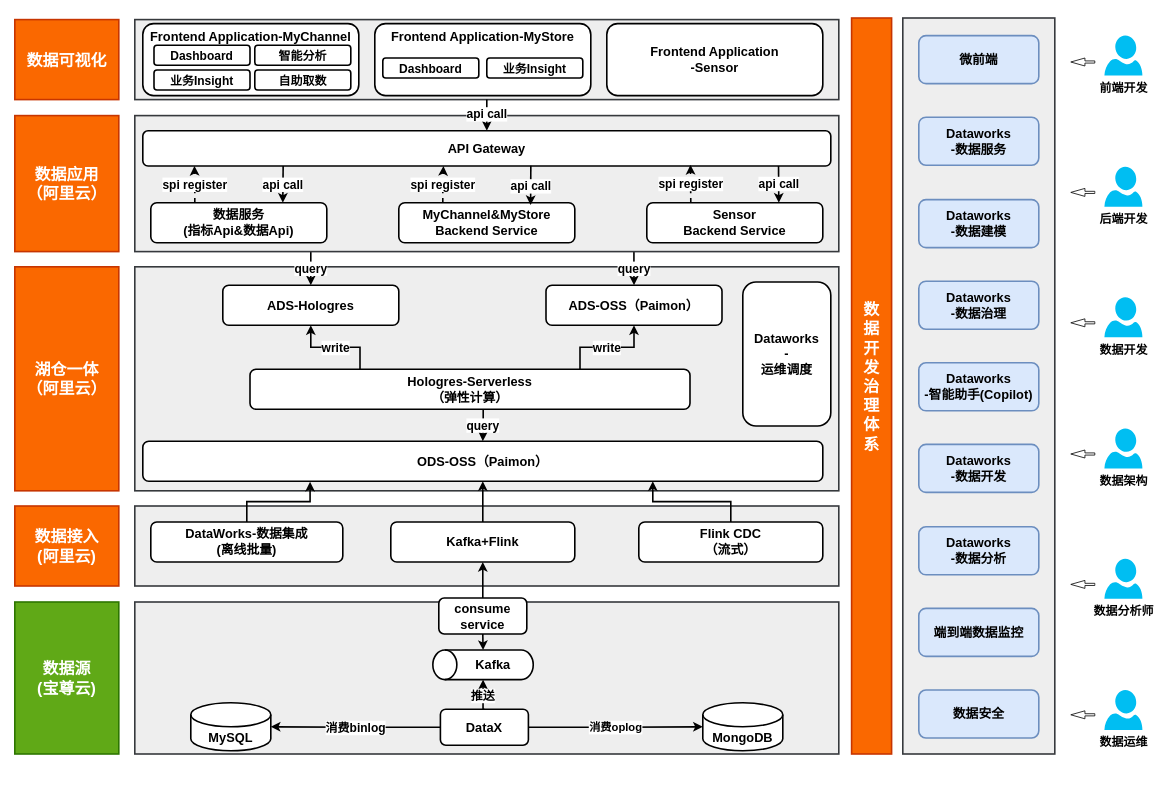
Before: page "第 13 页" (13 of 13) of indicator-platform.drawio in jackie-thank/beego-authz, a draw.io diagram. Source tidied: cells renumbered, new cells numbered last; positions are measured from the earlier drawing's top-left corner, leaving out a move shared by most shapes. Both pictures are drawn from the tidied source at 80%, with x=0, y=0 at pixel (14, 18).
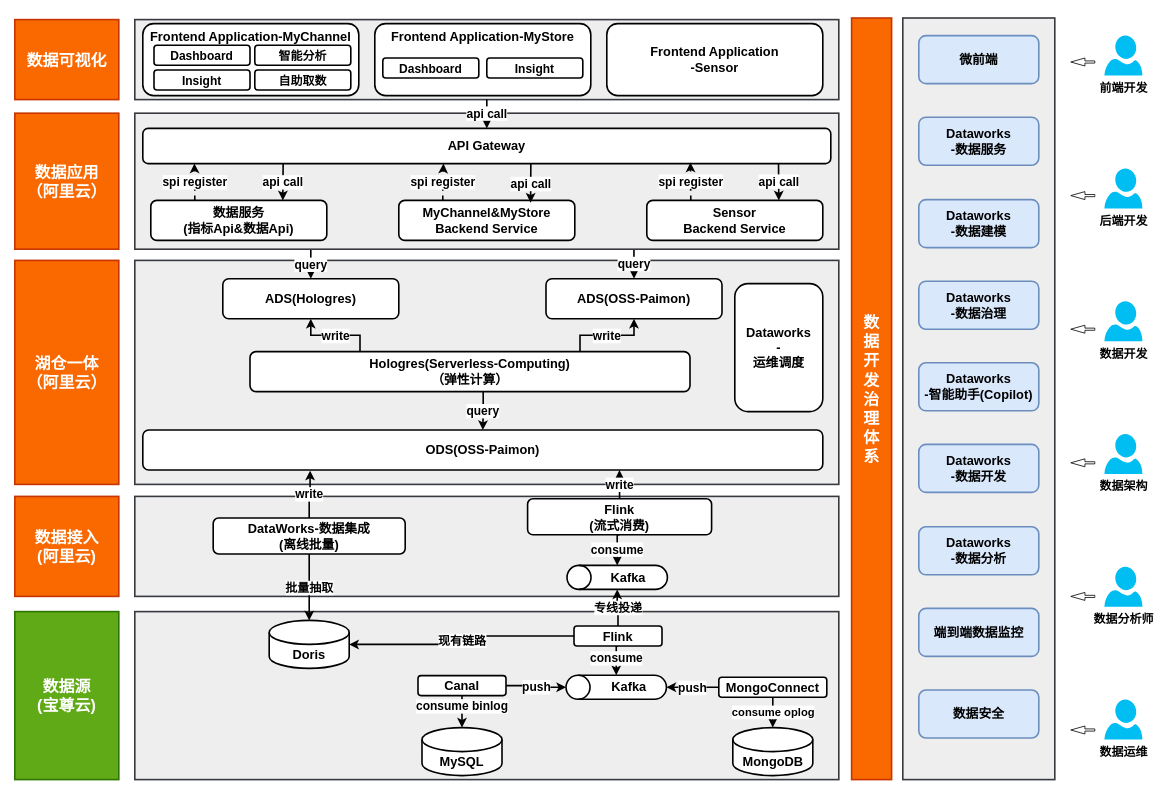
Above is the later version.

What changed in the source:
```diff
@@
     <mxCell id="2" style="rounded=0;whiteSpace=wrap;html=1;strokeWidth=2;fillColor=#eeeeee;strokeColor=#36393d;" parent="1" vertex="1">
-      <mxGeometry x="1110" width="190" height="920" as="geometry" />
+      <mxGeometry x="1110" width="190" height="952" as="geometry" />
     </mxCell>
     <mxCell id="3" style="rounded=0;whiteSpace=wrap;html=1;strokeWidth=2;fillColor=#eeeeee;strokeColor=#36393d;" parent="1" vertex="1">
-      <mxGeometry x="150" y="311" width="880" height="280" as="geometry" />
+      <mxGeometry x="150" y="303" width="880" height="280" as="geometry" />
     </mxCell>
     <mxCell id="4" style="rounded=0;whiteSpace=wrap;html=1;strokeWidth=2;fillColor=#eeeeee;strokeColor=#36393d;" parent="1" vertex="1">
-      <mxGeometry x="150" y="730" width="880" height="190" as="geometry" />
+      <mxGeometry x="150" y="742" width="880" height="210" as="geometry" />
     </mxCell>
@@
-    <mxCell id="6" value="&lt;div&gt;ODS-OSS（Paimon）&lt;/div&gt;" style="rounded=1;whiteSpace=wrap;html=1;strokeWidth=2;fontSize=16;fontStyle=1;" parent="1" vertex="1">
-      <mxGeometry x="160" y="529" width="850" height="50" as="geometry" />
+    <mxCell id="6" value="&lt;div&gt;ODS(OSS-Paimon)&lt;/div&gt;" style="rounded=1;whiteSpace=wrap;html=1;strokeWidth=2;fontSize=16;fontStyle=1;" parent="1" vertex="1">
+      <mxGeometry x="160" y="515" width="850" height="50" as="geometry" />
     </mxCell>
     <mxCell id="7" value="&lt;div&gt;Dataworks&lt;/div&gt;&lt;div&gt;-&lt;/div&gt;&lt;div&gt;运维调度&lt;/div&gt;" style="rounded=1;whiteSpace=wrap;html=1;strokeWidth=2;fontSize=16;fontStyle=1;" parent="1" vertex="1">
-      <mxGeometry x="910" y="330" width="110" height="180" as="geometry" />
+      <mxGeometry x="900" y="332" width="110" height="160" as="geometry" />
     </mxCell>
     <mxCell id="8" value="&lt;div style=&quot;font-size: 20px;&quot;&gt;数据源&lt;/div&gt;&lt;div style=&quot;font-size: 20px;&quot;&gt;(宝尊云)&lt;br style=&quot;font-size: 20px;&quot;&gt;&lt;/div&gt;" style="rounded=0;whiteSpace=wrap;html=1;strokeWidth=2;fontStyle=1;fontSize=20;fillColor=#60a917;fontColor=#ffffff;strokeColor=#2D7600;" parent="1" vertex="1">
-      <mxGeometry y="730" width="130" height="190" as="geometry" />
+      <mxGeometry y="742" width="130" height="210" as="geometry" />
     </mxCell>
     <mxCell id="9" value="&lt;div style=&quot;font-size: 20px;&quot;&gt;数据接入&lt;/div&gt;&lt;div style=&quot;font-size: 20px;&quot;&gt;(阿里云)&lt;br&gt;&lt;/div&gt;" style="rounded=0;whiteSpace=wrap;html=1;strokeWidth=2;fontStyle=1;fontSize=20;fillColor=#fa6800;fontColor=#FFFFFF;strokeColor=#C73500;" parent="1" vertex="1">
-      <mxGeometry y="610" width="130" height="100" as="geometry" />
+      <mxGeometry y="598" width="130" height="125" as="geometry" />
     </mxCell>
     <mxCell id="10" value="&lt;div style=&quot;font-size: 20px;&quot;&gt;湖仓一体&lt;br&gt;&lt;/div&gt;&lt;div style=&quot;font-size: 20px;&quot;&gt;（阿里云）&lt;br&gt;&lt;/div&gt;" style="rounded=0;whiteSpace=wrap;html=1;strokeWidth=2;fontStyle=1;fontSize=20;fillColor=#fa6800;fontColor=#FFFFFF;strokeColor=#C73500;" parent="1" vertex="1">
-      <mxGeometry y="311" width="130" height="280" as="geometry" />
+      <mxGeometry y="303" width="130" height="280" as="geometry" />
     </mxCell>
     <mxCell id="11" value="&lt;div style=&quot;font-size: 20px;&quot;&gt;数据应用&lt;/div&gt;&lt;div style=&quot;font-size: 20px;&quot;&gt;（阿里云）&lt;br&gt;&lt;/div&gt;" style="rounded=0;whiteSpace=wrap;html=1;strokeWidth=2;fontStyle=1;fontSize=20;fillColor=#fa6800;fontColor=#FFFFFF;strokeColor=#C73500;" parent="1" vertex="1">
-      <mxGeometry y="122" width="130" height="170" as="geometry" />
+      <mxGeometry y="119" width="130" height="170" as="geometry" />
     </mxCell>
@@
     <mxCell id="15" style="rounded=0;whiteSpace=wrap;html=1;strokeWidth=2;fillColor=#eeeeee;strokeColor=#36393d;fontSize=15;fontStyle=1;" parent="1" vertex="1">
-      <mxGeometry x="150" y="122" width="880" height="170" as="geometry" />
+      <mxGeometry x="150" y="119" width="880" height="170" as="geometry" />
     </mxCell>
     <mxCell id="16" style="rounded=0;whiteSpace=wrap;html=1;strokeWidth=2;fillColor=#eeeeee;strokeColor=#36393d;" parent="1" vertex="1">
-      <mxGeometry x="150" y="610" width="880" height="100" as="geometry" />
+      <mxGeometry x="150" y="598" width="880" height="125" as="geometry" />
     </mxCell>
     <mxCell id="17" value="&lt;div&gt;数据服务&lt;/div&gt;&lt;div&gt;(指标Api&amp;amp;数据Api)&lt;br&gt;&lt;/div&gt;" style="rounded=1;whiteSpace=wrap;html=1;strokeWidth=2;fontSize=16;fontStyle=1;flipH=0;" parent="1" vertex="1">
-      <mxGeometry x="170" y="231" width="220" height="50" as="geometry" />
+      <mxGeometry x="170" y="228" width="220" height="50" as="geometry" />
     </mxCell>
@@
     <mxCell id="21" value="&lt;div&gt;MyChannel&amp;amp;MyStore&lt;/div&gt;&lt;div&gt;Backend Service&lt;br&gt;&lt;/div&gt;" style="rounded=1;whiteSpace=wrap;html=1;strokeWidth=2;fontSize=16;fontStyle=1;flipH=0;" parent="1" vertex="1">
-      <mxGeometry x="480" y="231" width="220" height="50" as="geometry" />
+      <mxGeometry x="480" y="228" width="220" height="50" as="geometry" />
     </mxCell>
     <mxCell id="22" value="&lt;div&gt;Sensor&lt;/div&gt;&lt;div&gt;Backend Service&lt;br&gt;&lt;/div&gt;" style="rounded=1;whiteSpace=wrap;html=1;strokeWidth=2;fontSize=16;fontStyle=1;flipH=0;" parent="1" vertex="1">
-      <mxGeometry x="790" y="231" width="220" height="50" as="geometry" />
+      <mxGeometry x="790" y="228" width="220" height="50" as="geometry" />
     </mxCell>
     <mxCell id="23" value="&lt;div style=&quot;font-size: 20px;&quot;&gt;数&lt;/div&gt;&lt;div style=&quot;font-size: 20px;&quot;&gt;据&lt;/div&gt;&lt;div style=&quot;font-size: 20px;&quot;&gt;开&lt;/div&gt;&lt;div style=&quot;font-size: 20px;&quot;&gt;发&lt;br&gt;&lt;/div&gt;&lt;div style=&quot;font-size: 20px;&quot;&gt;治&lt;/div&gt;&lt;div style=&quot;font-size: 20px;&quot;&gt;理&lt;/div&gt;&lt;div style=&quot;font-size: 20px;&quot;&gt;体&lt;/div&gt;&lt;div style=&quot;font-size: 20px;&quot;&gt;系&lt;/div&gt;&lt;div style=&quot;font-size: 20px;&quot;&gt;&lt;br&gt;&lt;/div&gt;" style="rounded=0;whiteSpace=wrap;html=1;strokeWidth=2;fontSize=20;fontStyle=1;fillColor=#fa6800;fontColor=#FFFFFF;strokeColor=#C73500;" parent="1" vertex="1">
-      <mxGeometry x="1046" width="50" height="920" as="geometry" />
+      <mxGeometry x="1046" width="50" height="952" as="geometry" />
     </mxCell>
-    <mxCell id="24" style="edgeStyle=orthogonalEdgeStyle;rounded=0;jettySize=auto;html=1;exitX=0.5;exitY=0;exitDx=0;exitDy=0;entryX=0.75;entryY=1;entryDx=0;entryDy=0;strokeWidth=2;" parent="1" edge="1" source="25" target="6">
-      <mxGeometry relative="1" as="geometry" />
-    </mxCell>
-    <mxCell id="25" value="&lt;div&gt;Flink CDC&lt;/div&gt;&lt;div&gt;（流式）&lt;br&gt;&lt;/div&gt;" style="rounded=1;whiteSpace=wrap;html=1;strokeWidth=2;fontSize=16;fontStyle=1;" parent="1" vertex="1">
-      <mxGeometry x="780" y="630" width="230" height="50" as="geometry" />
-    </mxCell>
     <mxCell id="26" value="&lt;div&gt;DataWorks-数据集成&lt;/div&gt;&lt;div&gt;(离线批量)&lt;br&gt;&lt;/div&gt;" style="rounded=1;whiteSpace=wrap;html=1;strokeWidth=2;fontSize=16;fontStyle=1;" parent="1" vertex="1">
-      <mxGeometry x="170" y="630" width="240" height="50" as="geometry" />
+      <mxGeometry x="248" y="625" width="240" height="45" as="geometry" />
     </mxCell>
-    <mxCell id="27" value="&lt;div&gt;ADS-Hologres&lt;/div&gt;" style="rounded=1;whiteSpace=wrap;html=1;strokeWidth=2;fontSize=16;fontStyle=1;" parent="1" vertex="1">
-      <mxGeometry x="260" y="334" width="220" height="50" as="geometry" />
+    <mxCell id="27" value="&lt;div&gt;ADS(Hologres)&lt;/div&gt;" style="rounded=1;whiteSpace=wrap;html=1;strokeWidth=2;fontSize=16;fontStyle=1;" parent="1" vertex="1">
+      <mxGeometry x="260" y="326" width="220" height="50" as="geometry" />
     </mxCell>
-    <mxCell id="28" value="&lt;div&gt;ADS-OSS（Paimon）&lt;/div&gt;" style="rounded=1;whiteSpace=wrap;html=1;strokeWidth=2;fontSize=16;fontStyle=1;" parent="1" vertex="1">
-      <mxGeometry x="664" y="334" width="220" height="50" as="geometry" />
+    <mxCell id="28" value="&lt;div&gt;ADS(OSS-Paimon)&lt;/div&gt;" style="rounded=1;whiteSpace=wrap;html=1;strokeWidth=2;fontSize=16;fontStyle=1;" parent="1" vertex="1">
+      <mxGeometry x="664" y="326" width="220" height="50" as="geometry" />
     </mxCell>
@@
-    <mxCell id="32" style="edgeStyle=orthogonalEdgeStyle;rounded=0;jettySize=auto;html=1;exitX=0.5;exitY=0;exitDx=0;exitDy=0;entryX=0.5;entryY=1;entryDx=0;entryDy=0;strokeWidth=2;" parent="1" edge="1" source="33" target="6">
+    <mxCell id="32" value="write" style="edgeStyle=orthogonalEdgeStyle;rounded=0;jettySize=auto;html=1;exitX=0.5;exitY=0;exitDx=0;exitDy=0;entryX=0.701;entryY=1.002;entryDx=0;entryDy=0;strokeWidth=2;entryPerimeter=0;fontSize=15;fontStyle=1;" parent="1" edge="1" source="33" target="6">
       <mxGeometry relative="1" as="geometry" />
     </mxCell>
-    <mxCell id="33" value="&lt;div&gt;Kafka+Flink&lt;/div&gt;" style="rounded=1;whiteSpace=wrap;html=1;strokeWidth=2;fontSize=16;fontStyle=1;" parent="1" vertex="1">
-      <mxGeometry x="470" y="630" width="230" height="50" as="geometry" />
+    <mxCell id="33" value="&lt;div&gt;Flink&lt;/div&gt;&lt;div&gt;(流式消费)&lt;br&gt;&lt;/div&gt;" style="rounded=1;whiteSpace=wrap;html=1;strokeWidth=2;fontSize=16;fontStyle=1;" parent="1" vertex="1">
+      <mxGeometry x="641" y="601" width="230" height="45" as="geometry" />
     </mxCell>
@@
     <mxCell id="40" value="后端开发" style="verticalLabelPosition=bottom;html=1;verticalAlign=top;align=center;strokeColor=none;fillColor=#00BEF2;shape=mxgraph.azure.user;fontSize=15;fontStyle=1;" parent="1" vertex="1">
-      <mxGeometry x="1362" y="186" width="47.5" height="50" as="geometry" />
+      <mxGeometry x="1362" y="188" width="47.5" height="50" as="geometry" />
     </mxCell>
     <mxCell id="41" value="数据分析师" style="verticalLabelPosition=bottom;html=1;verticalAlign=top;align=center;strokeColor=none;fillColor=#00BEF2;shape=mxgraph.azure.user;fontSize=15;fontStyle=1;" parent="1" vertex="1">
-      <mxGeometry x="1362" y="676" width="47.5" height="50" as="geometry" />
+      <mxGeometry x="1362" y="686" width="47.5" height="50" as="geometry" />
     </mxCell>
     <mxCell id="42" value="数据架构" style="verticalLabelPosition=bottom;html=1;verticalAlign=top;align=center;strokeColor=none;fillColor=#00BEF2;shape=mxgraph.azure.user;fontSize=15;fontStyle=1;" parent="1" vertex="1">
-      <mxGeometry x="1362" y="513" width="47.5" height="50" as="geometry" />
+      <mxGeometry x="1362" y="520" width="47.5" height="50" as="geometry" />
     </mxCell>
     <mxCell id="43" value="数据运维" style="verticalLabelPosition=bottom;html=1;verticalAlign=top;align=center;strokeColor=none;fillColor=#00BEF2;shape=mxgraph.azure.user;fontSize=15;fontStyle=1;" parent="1" vertex="1">
-      <mxGeometry x="1362" y="840" width="47.5" height="50" as="geometry" />
+      <mxGeometry x="1362" y="852" width="47.5" height="50" as="geometry" />
     </mxCell>
@@
-    <mxCell id="47" value="&lt;div&gt;Hologres-Serverless&lt;/div&gt;&lt;div&gt;（弹性计算）&lt;/div&gt;" style="rounded=1;whiteSpace=wrap;html=1;strokeWidth=2;fontSize=16;fontStyle=1;" parent="1" vertex="1">
-      <mxGeometry x="294" y="439" width="550" height="50" as="geometry" />
+    <mxCell id="47" value="&lt;div&gt;Hologres(Serverless-Computing)&lt;/div&gt;&lt;div&gt;（弹性计算）&lt;/div&gt;" style="rounded=1;whiteSpace=wrap;html=1;strokeWidth=2;fontSize=16;fontStyle=1;" parent="1" vertex="1">
+      <mxGeometry x="294" y="417" width="550" height="50" as="geometry" />
     </mxCell>
     <mxCell id="48" value="数据开发" style="verticalLabelPosition=bottom;html=1;verticalAlign=top;align=center;strokeColor=none;fillColor=#00BEF2;shape=mxgraph.azure.user;fontSize=15;fontStyle=1;" parent="1" vertex="1">
-      <mxGeometry x="1362" y="349" width="47.5" height="50" as="geometry" />
+      <mxGeometry x="1362" y="354" width="47.5" height="50" as="geometry" />
     </mxCell>
@@
     <mxCell id="50" style="html=1;shadow=0;dashed=0;align=center;verticalAlign=middle;shape=mxgraph.arrows2.arrow;dy=0.73;dx=17.67;flipH=1;notch=0;" parent="1" vertex="1">
-      <mxGeometry x="1320" y="213" width="30" height="10" as="geometry" />
+      <mxGeometry x="1320" y="217" width="30" height="10" as="geometry" />
     </mxCell>
     <mxCell id="51" style="html=1;shadow=0;dashed=0;align=center;verticalAlign=middle;shape=mxgraph.arrows2.arrow;dy=0.73;dx=17.67;flipH=1;notch=0;" parent="1" vertex="1">
-      <mxGeometry x="1320" y="376" width="30" height="10" as="geometry" />
+      <mxGeometry x="1320" y="384" width="30" height="10" as="geometry" />
     </mxCell>
     <mxCell id="52" style="html=1;shadow=0;dashed=0;align=center;verticalAlign=middle;shape=mxgraph.arrows2.arrow;dy=0.73;dx=17.67;flipH=1;notch=0;" parent="1" vertex="1">
-      <mxGeometry x="1320" y="540" width="30" height="10" as="geometry" />
+      <mxGeometry x="1320" y="551" width="30" height="10" as="geometry" />
     </mxCell>
     <mxCell id="53" style="html=1;shadow=0;dashed=0;align=center;verticalAlign=middle;shape=mxgraph.arrows2.arrow;dy=0.73;dx=17.67;flipH=1;notch=0;" parent="1" vertex="1">
-      <mxGeometry x="1320" y="703" width="30" height="10" as="geometry" />
+      <mxGeometry x="1320" y="718" width="30" height="10" as="geometry" />
     </mxCell>
     <mxCell id="54" style="html=1;shadow=0;dashed=0;align=center;verticalAlign=middle;shape=mxgraph.arrows2.arrow;dy=0.73;dx=17.67;flipH=1;notch=0;" parent="1" vertex="1">
-      <mxGeometry x="1320" y="866" width="30" height="10" as="geometry" />
+      <mxGeometry x="1320" y="885" width="30" height="10" as="geometry" />
     </mxCell>
@@
     <mxCell id="58" value="API Gateway" style="rounded=1;whiteSpace=wrap;html=1;strokeWidth=2;fontSize=16;fontStyle=1;" parent="1" vertex="1">
-      <mxGeometry x="160" y="141" width="860" height="44" as="geometry" />
+      <mxGeometry x="160" y="138" width="860" height="44" as="geometry" />
     </mxCell>
-    <mxCell id="59" value="消费oplog" style="edgeStyle=orthogonalEdgeStyle;rounded=0;jettySize=auto;html=1;exitX=1;exitY=0.5;exitDx=0;exitDy=0;strokeWidth=2;fontSize=14;fontStyle=1;entryX=0;entryY=0.5;entryDx=0;entryDy=0;entryPerimeter=0;" parent="1" edge="1" source="62" target="65">
+    <mxCell id="59" value="consume oplog" style="edgeStyle=orthogonalEdgeStyle;rounded=0;jettySize=auto;html=1;strokeWidth=2;fontSize=14;fontStyle=1;entryX=0.5;entryY=0;entryDx=0;entryDy=0;entryPerimeter=0;" parent="1" edge="1" source="90" target="65">
       <mxGeometry relative="1" as="geometry" />
     </mxCell>
-    <mxCell id="60" value="推送" style="edgeStyle=orthogonalEdgeStyle;rounded=0;jettySize=auto;html=1;exitX=0.5;exitY=0;exitDx=0;exitDy=0;strokeWidth=2;fontSize=15;fontStyle=1;entryX=0;entryY=0.5;entryDx=0;entryDy=0;entryPerimeter=0;" parent="1" edge="1" source="62" target="66">
-      <mxGeometry relative="1" as="geometry" />
-    </mxCell>
-    <mxCell id="61" value="消费binlog" style="edgeStyle=orthogonalEdgeStyle;rounded=0;jettySize=auto;html=1;exitX=0;exitY=0.5;exitDx=0;exitDy=0;strokeWidth=2;fontSize=15;fontStyle=1;entryX=1;entryY=0.5;entryDx=0;entryDy=0;entryPerimeter=0;" parent="1" edge="1" source="62" target="64">
-      <mxGeometry relative="1" as="geometry" />
+    <mxCell id="61" value="consume binlog" style="edgeStyle=orthogonalEdgeStyle;rounded=0;jettySize=auto;html=1;strokeWidth=2;fontSize=15;fontStyle=1;entryX=0.5;entryY=0;entryDx=0;entryDy=0;entryPerimeter=0;" parent="1" edge="1" source="83" target="64">
+      <mxGeometry x="-0.35" relative="1" as="geometry" />
     </mxCell>
-    <mxCell id="62" value="DataX" style="rounded=1;whiteSpace=wrap;html=1;strokeWidth=2;fontSize=16;fontStyle=1;" parent="1" vertex="1">
-      <mxGeometry x="532" y="864" width="110" height="45" as="geometry" />
-    </mxCell>
-    <mxCell id="63" style="edgeStyle=orthogonalEdgeStyle;rounded=0;jettySize=auto;html=1;exitX=0.5;exitY=0;exitDx=0;exitDy=0;entryX=0.246;entryY=1.016;entryDx=0;entryDy=0;entryPerimeter=0;strokeWidth=2;" parent="1" edge="1" source="26" target="6">
+    <mxCell id="63" value="write" style="edgeStyle=orthogonalEdgeStyle;rounded=0;jettySize=auto;html=1;exitX=0.5;exitY=0;exitDx=0;exitDy=0;entryX=0.246;entryY=1.016;entryDx=0;entryDy=0;entryPerimeter=0;strokeWidth=2;fontSize=15;fontStyle=1;" parent="1" edge="1" source="26" target="6">
       <mxGeometry relative="1" as="geometry" />
     </mxCell>
     <mxCell id="64" value="MySQL" style="shape=cylinder3;whiteSpace=wrap;html=1;boundedLbl=1;backgroundOutline=1;size=15;fontSize=16;fontStyle=1;strokeWidth=2;" parent="1" vertex="1">
-      <mxGeometry x="220" y="856" width="100" height="60" as="geometry" />
+      <mxGeometry x="509" y="887" width="100" height="60" as="geometry" />
     </mxCell>
     <mxCell id="65" value="MongoDB" style="shape=cylinder3;whiteSpace=wrap;html=1;boundedLbl=1;backgroundOutline=1;size=15;fontSize=16;fontStyle=1;strokeWidth=2;" parent="1" vertex="1">
-      <mxGeometry x="860" y="856" width="100" height="60" as="geometry" />
+      <mxGeometry x="897.5" y="887" width="100" height="60" as="geometry" />
     </mxCell>
     <mxCell id="66" style="shape=cylinder3;whiteSpace=wrap;html=1;boundedLbl=1;backgroundOutline=1;size=15;fontSize=16;fontStyle=1;strokeWidth=2;rotation=-90;" parent="1" vertex="1">
-      <mxGeometry x="566.8" y="745.8" width="37" height="125.5" as="geometry" />
+      <mxGeometry x="736.8" y="773.8" width="30" height="125.5" as="geometry" />
     </mxCell>
     <mxCell id="67" value="Kafka" style="text;html=1;align=center;verticalAlign=middle;whiteSpace=wrap;rounded=0;fontSize=16;fontStyle=1;" parent="1" vertex="1">
-      <mxGeometry x="557" y="801" width="82" height="14.5" as="geometry" />
+      <mxGeometry x="727" y="829" width="82" height="14.5" as="geometry" />
     </mxCell>
-    <mxCell id="68" style="edgeStyle=orthogonalEdgeStyle;rounded=0;jettySize=auto;html=1;exitX=0.5;exitY=1;exitDx=0;exitDy=0;entryX=1;entryY=0.5;entryDx=0;entryDy=0;entryPerimeter=0;strokeWidth=2;" parent="1" edge="1" source="70" target="66">
-      <mxGeometry relative="1" as="geometry" />
+    <mxCell id="68" value="consume" style="edgeStyle=orthogonalEdgeStyle;rounded=0;jettySize=auto;html=1;exitX=0.5;exitY=1;exitDx=0;exitDy=0;entryX=1;entryY=0.5;entryDx=0;entryDy=0;entryPerimeter=0;strokeWidth=2;fontSize=15;fontStyle=1;" parent="1" edge="1" source="70" target="66">
+      <mxGeometry x="-0.11" relative="1" as="geometry" />
     </mxCell>
-    <mxCell id="69" style="edgeStyle=orthogonalEdgeStyle;rounded=0;jettySize=auto;html=1;exitX=0.5;exitY=0;exitDx=0;exitDy=0;entryX=0.5;entryY=1;entryDx=0;entryDy=0;strokeWidth=2;" parent="1" edge="1" source="70" target="33">
+    <mxCell id="69" value="专线投递" style="edgeStyle=orthogonalEdgeStyle;rounded=0;jettySize=auto;html=1;exitX=0.5;exitY=0;exitDx=0;exitDy=0;entryX=0;entryY=0.5;entryDx=0;entryDy=0;strokeWidth=2;entryPerimeter=0;fontSize=15;fontStyle=1;" parent="1" edge="1" source="70" target="85">
       <mxGeometry relative="1" as="geometry" />
     </mxCell>
+    <mxCell id="82" value="现有链路" style="edgeStyle=orthogonalEdgeStyle;rounded=0;jettySize=auto;html=1;exitX=0;exitY=0.5;exitDx=0;exitDy=0;strokeWidth=2;fontSize=15;fontStyle=1;" parent="1" edge="1" source="70" target="86">
+      <mxGeometry relative="1" as="geometry" />
+    </mxCell>
-    <mxCell id="70" value="&lt;div&gt;consume&lt;/div&gt;&lt;div&gt;service&lt;br&gt;&lt;/div&gt;" style="rounded=1;whiteSpace=wrap;html=1;strokeWidth=2;fontSize=16;fontStyle=1;" parent="1" vertex="1">
-      <mxGeometry x="530" y="725" width="110" height="45" as="geometry" />
+    <mxCell id="70" value="Flink" style="rounded=1;whiteSpace=wrap;html=1;strokeWidth=2;fontSize=16;fontStyle=1;" parent="1" vertex="1">
+      <mxGeometry x="699" y="760" width="110" height="25" as="geometry" />
     </mxCell>
@@
-    <mxCell id="78" value="业务Insight" style="rounded=1;whiteSpace=wrap;html=1;strokeWidth=2;fontSize=15;fontStyle=1;" parent="1" vertex="1">
+    <mxCell id="78" value="Insight" style="rounded=1;whiteSpace=wrap;html=1;strokeWidth=2;fontSize=15;fontStyle=1;" parent="1" vertex="1">
       <mxGeometry x="174" y="65" width="120" height="25" as="geometry" />
     </mxCell>
@@
-    <mxCell id="81" value="业务Insight" style="rounded=1;whiteSpace=wrap;html=1;strokeWidth=2;fontSize=15;fontStyle=1;" parent="1" vertex="1">
+    <mxCell id="81" value="Insight" style="rounded=1;whiteSpace=wrap;html=1;strokeWidth=2;fontSize=15;fontStyle=1;" parent="1" vertex="1">
       <mxGeometry x="590" y="50" width="120" height="25" as="geometry" />
     </mxCell>
+    <mxCell id="83" value="Canal" style="rounded=1;whiteSpace=wrap;html=1;strokeWidth=2;fontSize=16;fontStyle=1;" parent="1" vertex="1">
+      <mxGeometry x="504" y="822" width="110" height="25" as="geometry" />
+    </mxCell>
+    <mxCell id="84" value="push" style="edgeStyle=orthogonalEdgeStyle;rounded=0;jettySize=auto;html=1;exitX=1;exitY=0.5;exitDx=0;exitDy=0;entryX=0.5;entryY=0;entryDx=0;entryDy=0;entryPerimeter=0;fontSize=15;fontStyle=1;strokeWidth=2;" parent="1" edge="1" source="83" target="66">
+      <mxGeometry relative="1" as="geometry" />
+    </mxCell>
+    <mxCell id="85" style="shape=cylinder3;whiteSpace=wrap;html=1;boundedLbl=1;backgroundOutline=1;size=15;fontSize=16;fontStyle=1;strokeWidth=2;rotation=-90;" parent="1" vertex="1">
+      <mxGeometry x="738" y="636.5" width="30" height="125.5" as="geometry" />
+    </mxCell>
+    <mxCell id="86" value="Doris" style="shape=cylinder3;whiteSpace=wrap;html=1;boundedLbl=1;backgroundOutline=1;size=15;fontSize=16;fontStyle=1;strokeWidth=2;" parent="1" vertex="1">
+      <mxGeometry x="318" y="753" width="100" height="60" as="geometry" />
+    </mxCell>
+    <mxCell id="87" value="批量抽取" style="edgeStyle=orthogonalEdgeStyle;rounded=0;jettySize=auto;html=1;exitX=0.5;exitY=1;exitDx=0;exitDy=0;entryX=0.5;entryY=0;entryDx=0;entryDy=0;entryPerimeter=0;strokeWidth=2;fontSize=15;fontStyle=1;" parent="1" edge="1" source="26" target="86">
+      <mxGeometry relative="1" as="geometry" />
+    </mxCell>
+    <mxCell id="88" value="consume" style="edgeStyle=orthogonalEdgeStyle;rounded=0;jettySize=auto;html=1;exitX=0.5;exitY=1;exitDx=0;exitDy=0;entryX=1;entryY=0.5;entryDx=0;entryDy=0;entryPerimeter=0;strokeWidth=2;fontSize=15;fontStyle=1;" parent="1" edge="1" source="33" target="85">
+      <mxGeometry relative="1" as="geometry" />
+    </mxCell>
+    <mxCell id="89" value="Kafka" style="text;html=1;align=center;verticalAlign=middle;whiteSpace=wrap;rounded=0;fontSize=16;fontStyle=1;" parent="1" vertex="1">
+      <mxGeometry x="726" y="692.5" width="82" height="14.5" as="geometry" />
+    </mxCell>
+    <mxCell id="90" value="MongoConnect" style="rounded=1;whiteSpace=wrap;html=1;strokeWidth=2;fontSize=16;fontStyle=1;" parent="1" vertex="1">
+      <mxGeometry x="880" y="824" width="135" height="25" as="geometry" />
+    </mxCell>
+    <mxCell id="91" value="push" style="edgeStyle=orthogonalEdgeStyle;rounded=0;jettySize=auto;html=1;exitX=0;exitY=0.5;exitDx=0;exitDy=0;entryX=0.5;entryY=1;entryDx=0;entryDy=0;entryPerimeter=0;fontSize=15;fontStyle=1;strokeWidth=2;" parent="1" edge="1" source="90" target="66">
+      <mxGeometry relative="1" as="geometry" />
+    </mxCell>
```
